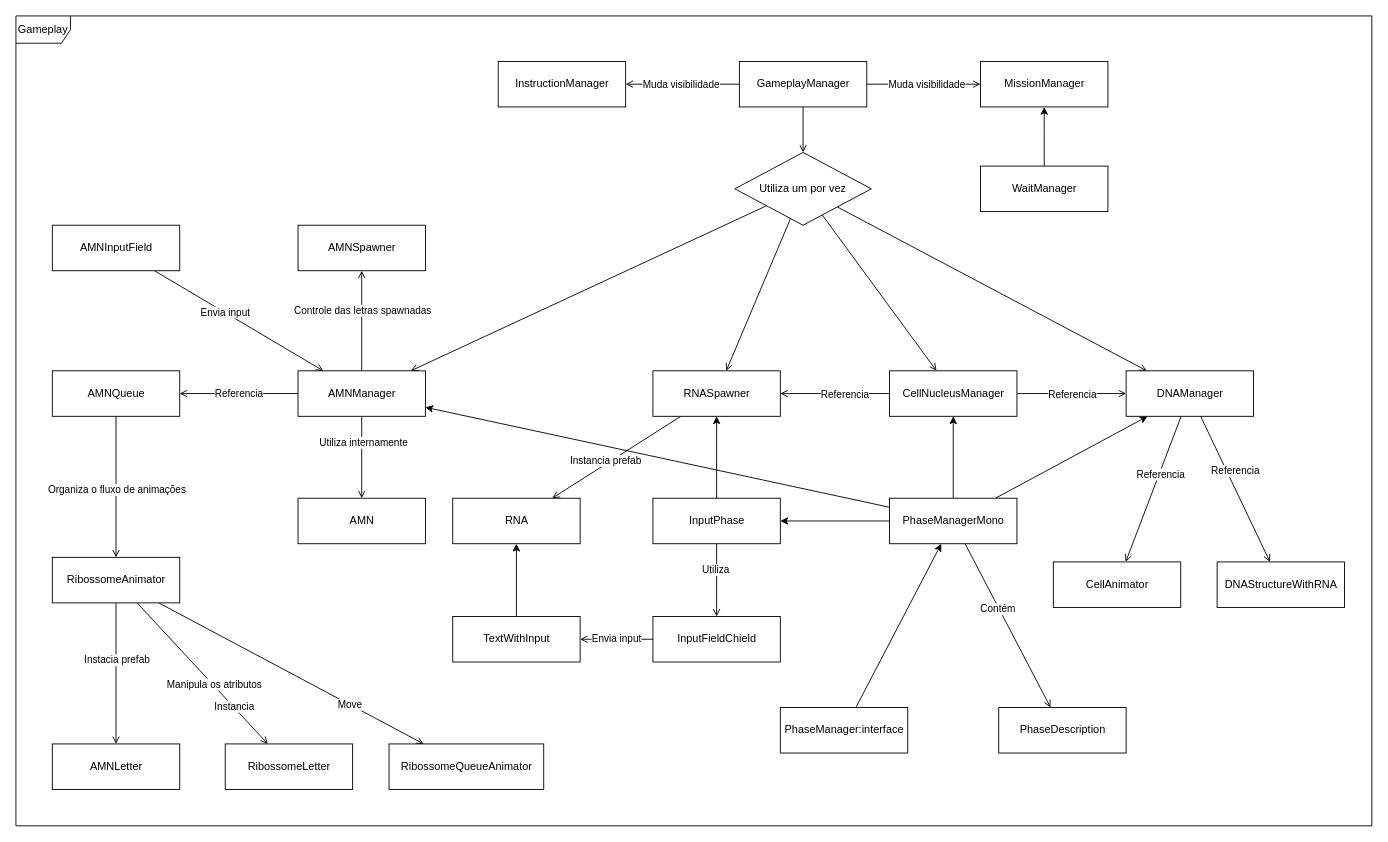
Before: Assets/Game/Data/Class.drawio in Jean-Delfino/EIC-Sintetizando, a draw.io diagram. Source tidied: cells renumbered, new cells numbered last; positions are measured from the earlier drawing's top-left corner, leaving out a move shared by most shapes. Both pictures are drawn from the tidied source at 91%, with x=0, y=0 at pixel (15, 15).
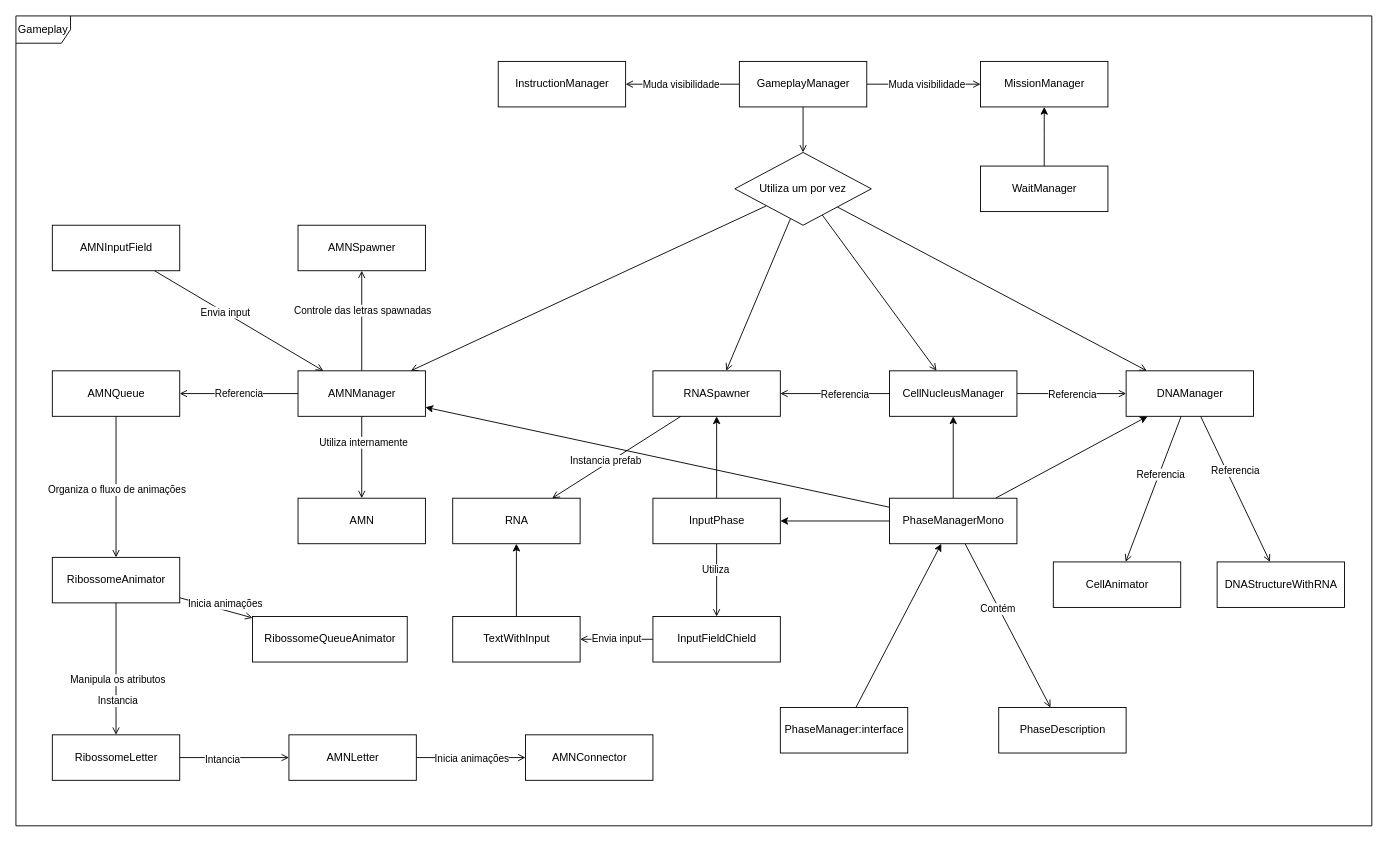
After the change.

Unchanged cells that the change refers to:
```xml
<mxCell id="63" style="rounded=0;jettySize=auto;html=1;startArrow=none;startFill=0;endArrow=open;endFill=0;" parent="1" edge="1" source="68" target="75">
  <mxGeometry relative="1" as="geometry" />
</mxCell>
<mxCell id="68" value="RibossomeAnimator" style="html=1;" parent="1" vertex="1">
  <mxGeometry x="40" y="595" width="140" height="50" as="geometry" />
</mxCell>
```

Diff of the diagram source:
```diff
@@
-    <mxCell id="61" style="edgeStyle=none;rounded=0;jettySize=auto;html=1;endArrow=open;endFill=0;" parent="1" edge="1" source="68" target="69">
-      <mxGeometry relative="1" as="geometry" />
-    </mxCell>
-    <mxCell id="62" value="Instacia prefab" style="edgeLabel;html=1;align=center;verticalAlign=middle;" parent="61" vertex="1">
-      <mxGeometry x="-0.2" relative="1" as="geometry" />
-    </mxCell>
@@
-    <mxCell id="64" value="Move" style="edgeLabel;html=1;align=center;verticalAlign=middle;" parent="63" vertex="1">
-      <mxGeometry x="0.44" relative="1" as="geometry" />
+    <mxCell id="64" value="Inicia animações" style="edgeLabel;html=1;align=center;verticalAlign=middle;" parent="63" vertex="1">
+      <mxGeometry x="0.44" relative="1" as="geometry">
+        <mxPoint x="-8" y="-10" as="offset" />
+      </mxGeometry>
     </mxCell>
@@
+    <mxCell id="77" style="edgeStyle=none;rounded=0;jettySize=auto;html=1;endArrow=open;endFill=0;" parent="1" edge="1" source="69" target="81">
+      <mxGeometry relative="1" as="geometry" />
+    </mxCell>
+    <mxCell id="78" value="Inicia animações" style="edgeLabel;html=1;align=center;verticalAlign=middle;" parent="77" vertex="1">
+      <mxGeometry x="-0.18" y="-1" relative="1" as="geometry">
+        <mxPoint x="11" y="-1" as="offset" />
+      </mxGeometry>
+    </mxCell>
     <mxCell id="69" value="AMNLetter" style="html=1;" parent="1" vertex="1">
-      <mxGeometry x="40" y="800" width="140" height="50" as="geometry" />
+      <mxGeometry x="300" y="790" width="140" height="50" as="geometry" />
     </mxCell>
@@
     <mxCell id="75" value="RibossomeQueueAnimator" style="html=1;" parent="1" vertex="1">
-      <mxGeometry x="410" y="800" width="170" height="50" as="geometry" />
+      <mxGeometry x="260" y="660" width="170" height="50" as="geometry" />
     </mxCell>
+    <mxCell id="79" style="rounded=0;jettySize=auto;html=1;entryX=0;entryY=0.5;entryDx=0;entryDy=0;endArrow=open;endFill=0;" parent="1" edge="1" source="76" target="69">
+      <mxGeometry relative="1" as="geometry" />
+    </mxCell>
+    <mxCell id="80" value="Intancia" style="edgeLabel;html=1;align=center;verticalAlign=middle;" parent="79" vertex="1">
+      <mxGeometry x="-0.34" y="-1" relative="1" as="geometry">
+        <mxPoint x="6" as="offset" />
+      </mxGeometry>
+    </mxCell>
     <mxCell id="76" value="RibossomeLetter" style="html=1;" parent="1" vertex="1">
-      <mxGeometry x="230" y="800" width="140" height="50" as="geometry" />
+      <mxGeometry x="40" y="790" width="140" height="50" as="geometry" />
     </mxCell>
+    <mxCell id="81" value="AMNConnector" style="html=1;" parent="1" vertex="1">
+      <mxGeometry x="560" y="790" width="140" height="50" as="geometry" />
+    </mxCell>
```
